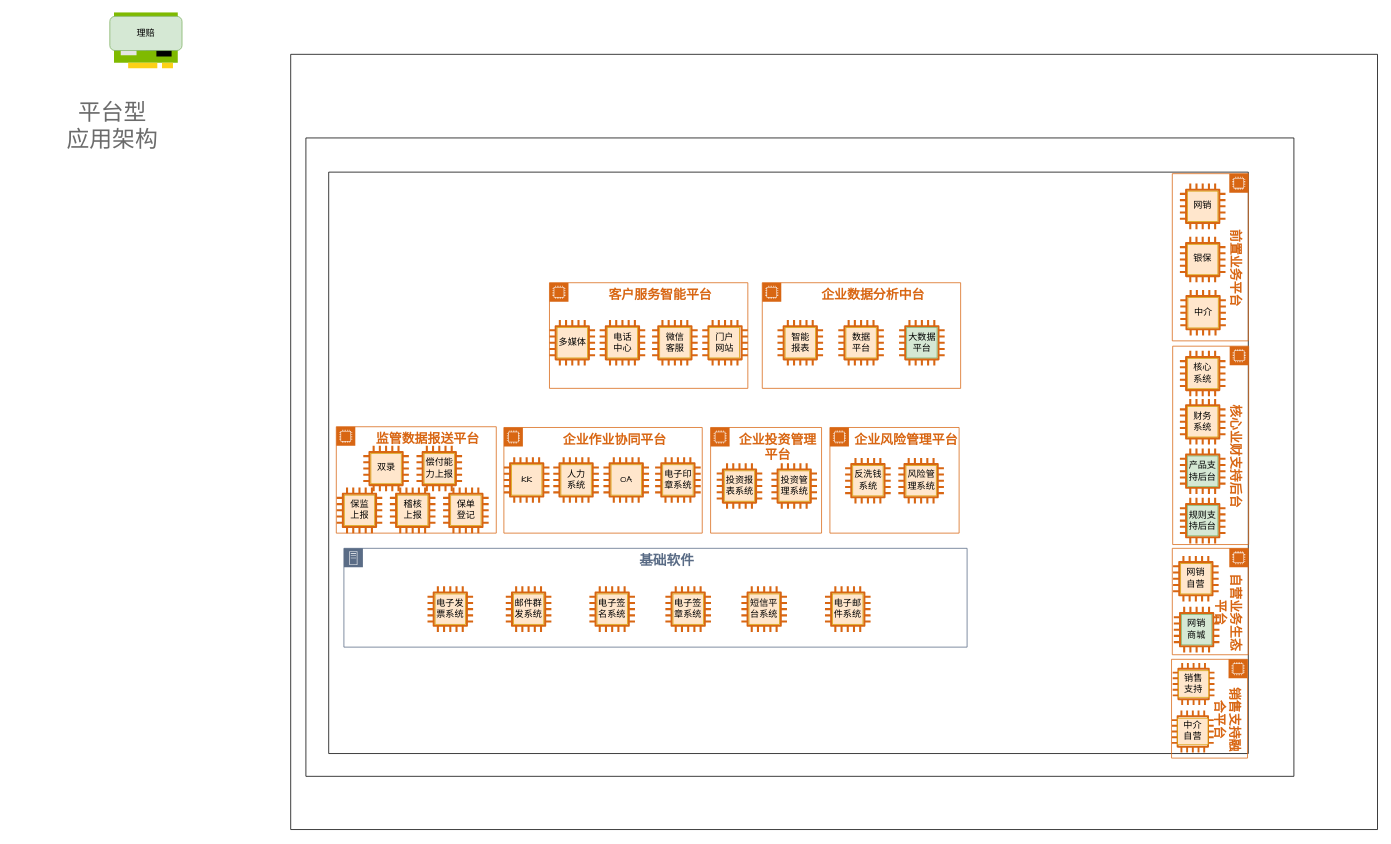
The draw.io diagram 架构图集/应用架构图.drawio in 252943203/diagrams, before the edit. Source tidied: cells renumbered, new cells numbered last; positions are measured from the earlier drawing's top-left corner, leaving out a move shared by most shapes. Both pictures are drawn from the tidied source at 76%, with x=0, y=0 at pixel (55, 8).
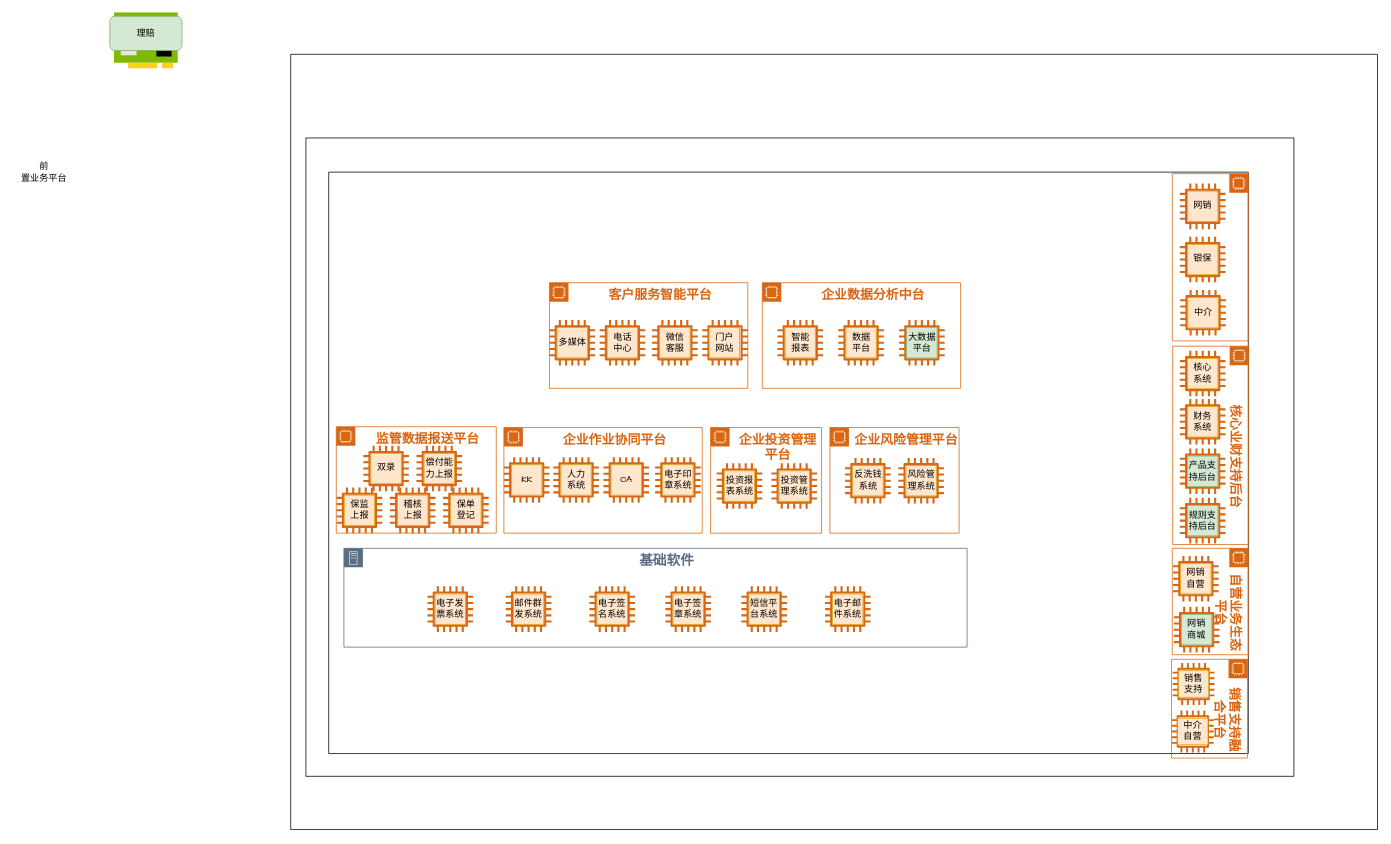
Above is the later version.

Commit message (it also covers changes not shown here):
更新应用架构图.drawio

The edit, as a diff of the source:
```diff
@@
-    <mxCell id="3" value="平台型&lt;br&gt;应用架构" style="text;html=1;align=center;verticalAlign=middle;fillColor=none;strokeColor=none;rounded=0;labelBackgroundColor=none;fontFamily=Comic Sans MS;fontSize=30;fontColor=#6B6B6B;" parent="1" vertex="1">
-      <mxGeometry y="110" width="150" height="90" as="geometry" />
-    </mxCell>
@@
-    <mxCell id="8" value="&lt;span style=&quot;font-size: 17px&quot;&gt;&lt;b&gt;前置业务平台&lt;/b&gt;&lt;/span&gt;" style="gradientColor=none;html=1;whiteSpace=wrap;fontSize=12;fontStyle=0;shape=mxgraph.aws4.group;grIcon=mxgraph.aws4.group_ec2_instance_contents;strokeColor=#D86613;fillColor=none;verticalAlign=top;align=center;spacingLeft=30;fontColor=#D86613;dashed=0;rotation=90;" parent="1" vertex="1">
+    <mxCell id="8" style="gradientColor=none;html=1;whiteSpace=wrap;fontSize=12;fontStyle=0;shape=mxgraph.aws4.group;grIcon=mxgraph.aws4.group_ec2_instance_contents;strokeColor=#D86613;fillColor=none;verticalAlign=top;align=center;spacingLeft=30;fontColor=#D86613;dashed=0;rotation=90;" parent="1" vertex="1">
       <mxGeometry x="1410" y="277" width="220" height="100" as="geometry" />
     </mxCell>
@@
+    <mxCell id="129" value="前&lt;br&gt;置业务平台" style="text;html=1;align=center;verticalAlign=middle;fillColor=none;strokeColor=none;rounded=0;" parent="1" vertex="1">
+      <mxGeometry x="-55" y="200" width="80" height="30" as="geometry" />
+    </mxCell>
```
